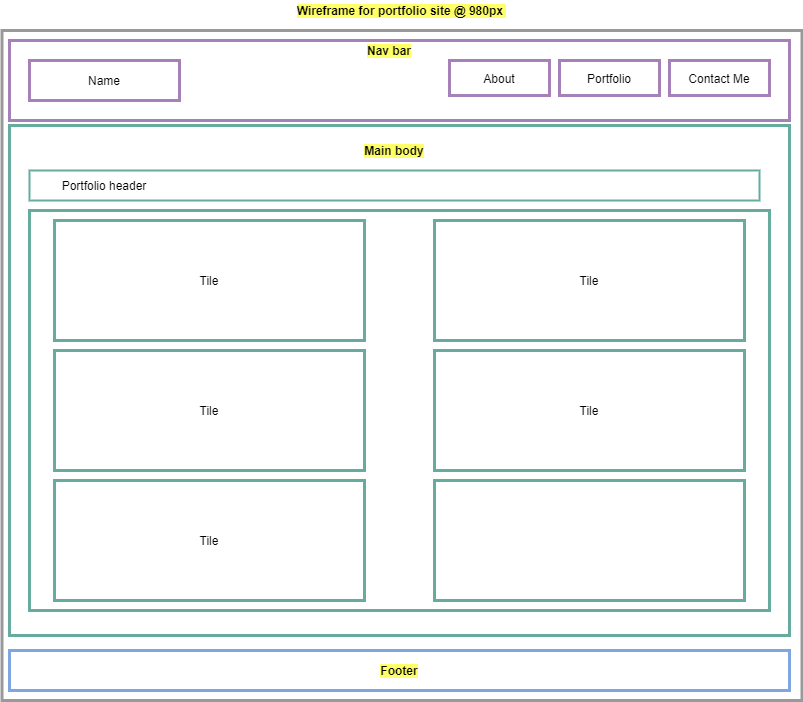
The draw.io diagram assets/images/portfolio_wireframe.png in KEDuran/KEDuran.github.io, before a commit. Source tidied: cells renumbered, new cells last; positions are measured from the earlier drawing's top-left corner, leaving out a move shared by most shapes.
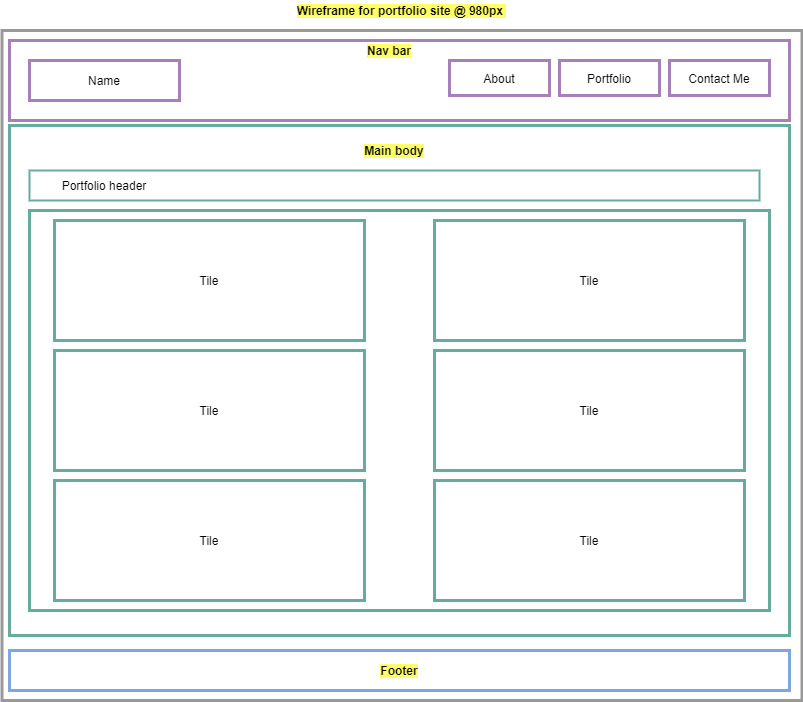
The same diagram one commit later.

Commit message:
another update to the wireframe image in the readme.md

What changed in the source:
```diff
@@ -59,7 +59,7 @@
     <mxCell id="20" value="Tile" style="rounded=0;whiteSpace=wrap;html=1;labelBackgroundColor=#FFFFFF;strokeColor=#67AB9F;strokeWidth=3;fontColor=#000000;" parent="1" vertex="1">
       <mxGeometry x="433" y="350" width="310" height="120" as="geometry" />
     </mxCell>
-    <mxCell id="21" style="rounded=0;whiteSpace=wrap;html=1;labelBackgroundColor=#FFFFFF;strokeColor=#67AB9F;strokeWidth=3;fontColor=#000000;" parent="1" vertex="1">
+    <mxCell id="21" value="Tile" style="rounded=0;whiteSpace=wrap;html=1;labelBackgroundColor=#FFFFFF;strokeColor=#67AB9F;strokeWidth=3;fontColor=#000000;" parent="1" vertex="1">
       <mxGeometry x="433" y="480" width="310" height="120" as="geometry" />
     </mxCell>
     <mxCell id="22" value="Tile" style="rounded=0;whiteSpace=wrap;html=1;labelBackgroundColor=#FFFFFF;strokeColor=#67AB9F;strokeWidth=3;fontColor=#000000;" parent="1" vertex="1">
```
